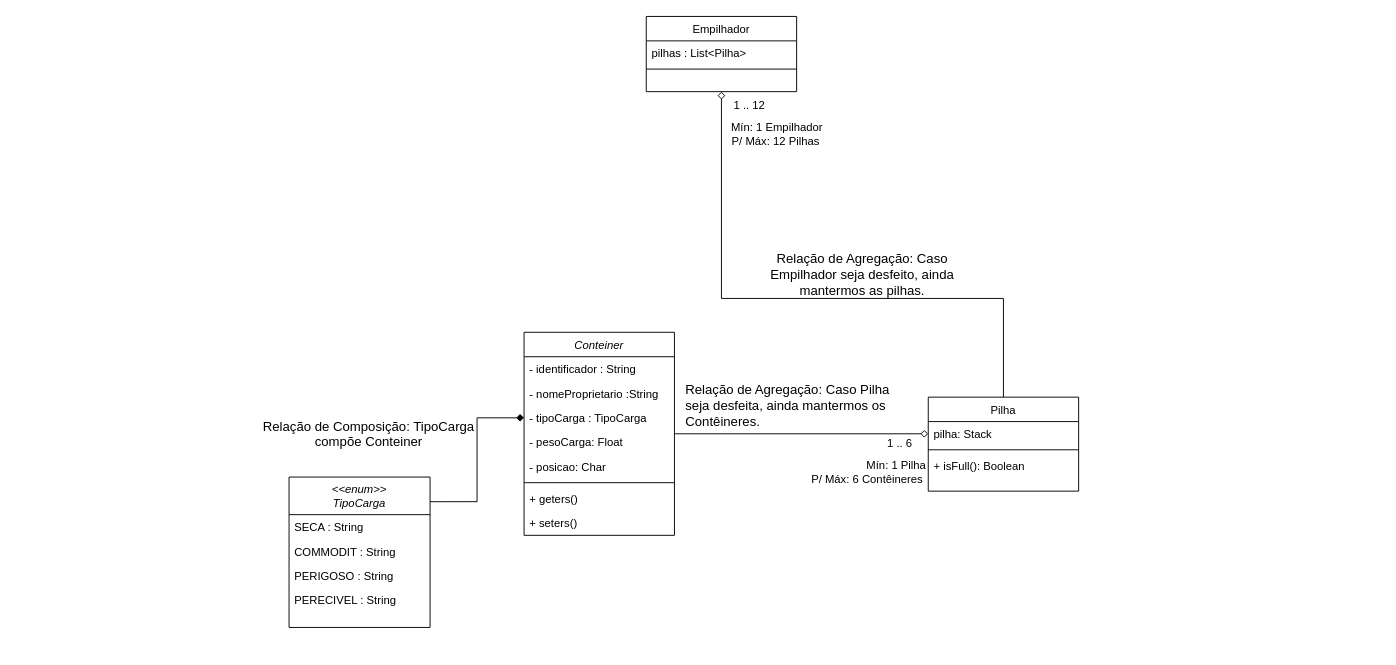
The draw.io diagram EmpilhamentoConteiners.drawio in sergiomnds/projeto_lp2, before the edit. Source tidied: cells renumbered, new cells numbered last; positions are measured from the earlier drawing's top-left corner, leaving out a move shared by most shapes. Both pictures are drawn from the tidied source at 94%, with x=0, y=0 at pixel (260, 16).
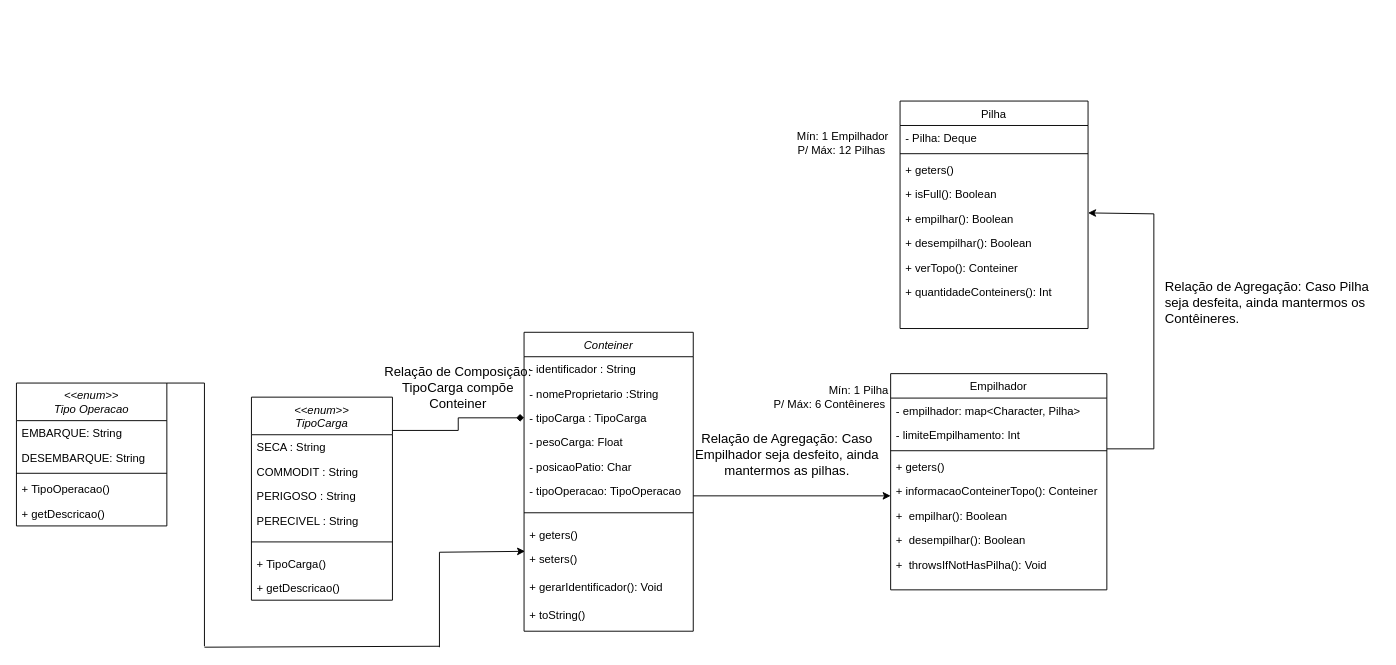
The same page after the edit.

Change to the diagram source:
```diff
@@
-    <mxCell id="2" style="edgeStyle=orthogonalEdgeStyle;rounded=0;jettySize=auto;html=1;entryX=0;entryY=0.5;entryDx=0;entryDy=0;endArrow=diamond;endFill=0;" parent="1" edge="1" source="3" target="23">
-      <mxGeometry relative="1" as="geometry" />
-    </mxCell>
     <mxCell id="3" value="Conteiner" style="swimlane;fontStyle=2;align=center;verticalAlign=top;horizontal=1;startSize=26;rounded=0;shadow=0;strokeWidth=1;" parent="1" vertex="1">
-      <mxGeometry x="280" y="336" width="160" height="216" as="geometry" />
+      <mxGeometry x="280" y="336" width="180" height="318" as="geometry" />
     </mxCell>
     <mxCell id="4" value="- identificador : String" style="text;align=left;verticalAlign=top;spacingLeft=4;spacingRight=4;overflow=hidden;" parent="3" vertex="1">
-      <mxGeometry y="26" width="160" height="26" as="geometry" />
+      <mxGeometry y="26" width="180" height="26" as="geometry" />
     </mxCell>
     <mxCell id="5" value="- nomeProprietario :String" style="text;align=left;verticalAlign=top;spacingLeft=4;spacingRight=4;overflow=hidden;rounded=0;shadow=0;html=0;" parent="3" vertex="1">
-      <mxGeometry y="52" width="160" height="26" as="geometry" />
+      <mxGeometry y="52" width="180" height="26" as="geometry" />
     </mxCell>
     <mxCell id="6" value="- tipoCarga : TipoCarga" style="text;align=left;verticalAlign=top;spacingLeft=4;spacingRight=4;overflow=hidden;points=[[0,0.5],[1,0.5]];portConstraint=eastwest;rounded=0;shadow=0;html=0;" parent="3" vertex="1">
-      <mxGeometry y="78" width="160" height="26" as="geometry" />
+      <mxGeometry y="78" width="180" height="26" as="geometry" />
     </mxCell>
     <mxCell id="7" value="- pesoCarga: Float" style="text;align=left;verticalAlign=top;spacingLeft=4;spacingRight=4;overflow=hidden;rounded=0;shadow=0;html=0;" parent="3" vertex="1">
-      <mxGeometry y="104" width="160" height="26" as="geometry" />
+      <mxGeometry y="104" width="180" height="26" as="geometry" />
     </mxCell>
-    <mxCell id="8" value="- posicao: Char" style="text;align=left;verticalAlign=top;spacingLeft=4;spacingRight=4;overflow=hidden;rounded=0;shadow=0;html=0;" parent="3" vertex="1">
-      <mxGeometry y="130" width="160" height="26" as="geometry" />
+    <mxCell id="8" value="- posicaoPatio: Char" style="text;align=left;verticalAlign=top;spacingLeft=4;spacingRight=4;overflow=hidden;rounded=0;shadow=0;html=0;" parent="3" vertex="1">
+      <mxGeometry y="130" width="180" height="26" as="geometry" />
     </mxCell>
+    <mxCell id="33" value="- tipoOperacao: TipoOperacao" style="text;align=left;verticalAlign=top;spacingLeft=4;spacingRight=4;overflow=hidden;rounded=0;shadow=0;html=0;" parent="3" vertex="1">
+      <mxGeometry y="156" width="180" height="26" as="geometry" />
+    </mxCell>
     <mxCell id="9" style="line;html=1;strokeWidth=1;align=left;verticalAlign=middle;spacingTop=-1;spacingLeft=3;spacingRight=3;labelPosition=right;" parent="3" vertex="1">
-      <mxGeometry y="156" width="160" height="8" as="geometry" />
+      <mxGeometry y="182" width="180" height="20" as="geometry" />
     </mxCell>
     <mxCell id="10" value="+ geters()" style="text;align=left;verticalAlign=top;spacingLeft=4;spacingRight=4;overflow=hidden;rounded=0;shadow=0;html=0;" parent="3" vertex="1">
-      <mxGeometry y="164" width="160" height="26" as="geometry" />
+      <mxGeometry y="202" width="180" height="26" as="geometry" />
     </mxCell>
     <mxCell id="11" value="+ seters()" style="text;align=left;verticalAlign=top;spacingLeft=4;spacingRight=4;overflow=hidden;points=[[0,0.5],[1,0.5]];portConstraint=eastwest;rounded=0;shadow=0;html=0;" parent="3" vertex="1">
-      <mxGeometry y="190" width="160" height="26" as="geometry" />
+      <mxGeometry y="228" width="180" height="30" as="geometry" />
     </mxCell>
+    <mxCell id="34" value="+ gerarIdentificador(): Void" style="text;align=left;verticalAlign=top;spacingLeft=4;spacingRight=4;overflow=hidden;rounded=0;shadow=0;html=0;" parent="3" vertex="1">
+      <mxGeometry y="258" width="180" height="30" as="geometry" />
+    </mxCell>
+    <mxCell id="35" value="+ toString()" style="text;align=left;verticalAlign=top;spacingLeft=4;spacingRight=4;overflow=hidden;rounded=0;shadow=0;html=0;" parent="3" vertex="1">
+      <mxGeometry y="288" width="180" height="30" as="geometry" />
+    </mxCell>
     <mxCell id="12" value="Empilhador" style="swimlane;fontStyle=0;align=center;verticalAlign=top;horizontal=1;startSize=26;rounded=0;shadow=0;strokeWidth=1;" parent="1" vertex="1">
-      <mxGeometry x="410" width="160" height="80" as="geometry" />
+      <mxGeometry x="670" y="380" width="230" height="230" as="geometry" />
     </mxCell>
-    <mxCell id="13" value="pilhas : List&lt;Pilha&gt;" style="text;align=left;verticalAlign=top;spacingLeft=4;spacingRight=4;overflow=hidden;" parent="12" vertex="1">
-      <mxGeometry y="26" width="160" height="26" as="geometry" />
+    <mxCell id="13" value="- empilhador: map&lt;Character, Pilha&gt;" style="text;align=left;verticalAlign=top;spacingLeft=4;spacingRight=4;overflow=hidden;" parent="12" vertex="1">
+      <mxGeometry y="26" width="230" height="26" as="geometry" />
     </mxCell>
+    <mxCell id="36" value="- limiteEmpilhamento: Int" style="text;align=left;verticalAlign=top;spacingLeft=4;spacingRight=4;overflow=hidden;" parent="12" vertex="1">
+      <mxGeometry y="52" width="230" height="26" as="geometry" />
+    </mxCell>
     <mxCell id="14" style="line;html=1;strokeWidth=1;align=left;verticalAlign=middle;spacingTop=-1;spacingLeft=3;spacingRight=3;labelPosition=right;" parent="12" vertex="1">
-      <mxGeometry y="52" width="160" height="8" as="geometry" />
+      <mxGeometry y="78" width="230" height="8" as="geometry" />
     </mxCell>
+    <mxCell id="37" value="+ geters()" style="text;align=left;verticalAlign=top;spacingLeft=4;spacingRight=4;overflow=hidden;" parent="12" vertex="1">
+      <mxGeometry y="86" width="230" height="26" as="geometry" />
+    </mxCell>
+    <mxCell id="38" value="+ informacaoConteinerTopo(): Conteiner" style="text;align=left;verticalAlign=top;spacingLeft=4;spacingRight=4;overflow=hidden;" parent="12" vertex="1">
+      <mxGeometry y="112" width="230" height="26" as="geometry" />
+    </mxCell>
+    <mxCell id="39" value="+  empilhar(): Boolean" style="text;align=left;verticalAlign=top;spacingLeft=4;spacingRight=4;overflow=hidden;" parent="12" vertex="1">
+      <mxGeometry y="138" width="230" height="26" as="geometry" />
+    </mxCell>
+    <mxCell id="40" value="+  desempilhar(): Boolean" style="text;align=left;verticalAlign=top;spacingLeft=4;spacingRight=4;overflow=hidden;" parent="12" vertex="1">
+      <mxGeometry y="164" width="230" height="26" as="geometry" />
+    </mxCell>
+    <mxCell id="41" value="+  throwsIfNotHasPilha(): Void" style="text;align=left;verticalAlign=top;spacingLeft=4;spacingRight=4;overflow=hidden;" parent="12" vertex="1">
+      <mxGeometry y="190" width="230" height="26" as="geometry" />
+    </mxCell>
@@
     <mxCell id="16" value="&lt;&lt;enum&gt;&gt;&#10;TipoCarga" style="swimlane;fontStyle=2;align=center;verticalAlign=top;horizontal=1;startSize=40;rounded=0;shadow=0;strokeWidth=1;" parent="1" vertex="1">
-      <mxGeometry x="30" y="490" width="150" height="160" as="geometry" />
+      <mxGeometry x="-10" y="405" width="150" height="216" as="geometry" />
     </mxCell>
@@
-    <mxCell id="21" style="edgeStyle=orthogonalEdgeStyle;rounded=0;jettySize=auto;html=1;entryX=0.5;entryY=1;entryDx=0;entryDy=0;endArrow=diamond;endFill=0;" parent="1" edge="1" source="22" target="12">
-      <mxGeometry relative="1" as="geometry">
-        <Array as="points">
-          <mxPoint x="790" y="300" />
-          <mxPoint x="490" y="300" />
-          <mxPoint x="490" y="80" />
-        </Array>
-      </mxGeometry>
-    </mxCell>
+    <mxCell id="42" style="line;html=1;strokeWidth=1;align=left;verticalAlign=middle;spacingTop=-1;spacingLeft=3;spacingRight=3;labelPosition=right;" parent="16" vertex="1">
+      <mxGeometry y="144" width="150" height="20" as="geometry" />
+    </mxCell>
+    <mxCell id="43" value="+ TipoCarga()" style="text;align=left;verticalAlign=top;spacingLeft=4;spacingRight=4;overflow=hidden;" parent="16" vertex="1">
+      <mxGeometry y="164" width="150" height="26" as="geometry" />
+    </mxCell>
+    <mxCell id="44" value="+ getDescricao()" style="text;align=left;verticalAlign=top;spacingLeft=4;spacingRight=4;overflow=hidden;" parent="16" vertex="1">
+      <mxGeometry y="190" width="150" height="26" as="geometry" />
+    </mxCell>
     <mxCell id="22" value="Pilha" style="swimlane;fontStyle=0;align=center;verticalAlign=top;horizontal=1;startSize=26;rounded=0;shadow=0;strokeWidth=1;" parent="1" vertex="1">
-      <mxGeometry x="710" y="405" width="160" height="100" as="geometry" />
+      <mxGeometry x="680" y="90" width="200" height="242" as="geometry" />
     </mxCell>
-    <mxCell id="23" value="pilha: Stack" style="text;align=left;verticalAlign=top;spacingLeft=4;spacingRight=4;overflow=hidden;points=[[0,0.5],[1,0.5]];portConstraint=eastwest;" parent="22" vertex="1">
-      <mxGeometry y="26" width="160" height="26" as="geometry" />
+    <mxCell id="23" value="- Pilha: Deque" style="text;align=left;verticalAlign=top;spacingLeft=4;spacingRight=4;overflow=hidden;points=[[0,0.5],[1,0.5]];portConstraint=eastwest;" parent="22" vertex="1">
+      <mxGeometry y="26" width="200" height="26" as="geometry" />
     </mxCell>
     <mxCell id="24" style="line;html=1;strokeWidth=1;align=left;verticalAlign=middle;spacingTop=-1;spacingLeft=3;spacingRight=3;labelPosition=right;" parent="22" vertex="1">
-      <mxGeometry y="52" width="160" height="8" as="geometry" />
+      <mxGeometry y="52" width="200" height="8" as="geometry" />
     </mxCell>
+    <mxCell id="45" value="+ geters()" style="text;align=left;verticalAlign=top;spacingLeft=4;spacingRight=4;overflow=hidden;" parent="22" vertex="1">
+      <mxGeometry y="60" width="200" height="26" as="geometry" />
+    </mxCell>
     <mxCell id="25" value="+ isFull(): Boolean&#10;" style="text;align=left;verticalAlign=top;spacingLeft=4;spacingRight=4;overflow=hidden;" parent="22" vertex="1">
-      <mxGeometry y="60" width="160" height="26" as="geometry" />
+      <mxGeometry y="86" width="200" height="26" as="geometry" />
     </mxCell>
+    <mxCell id="46" value="+ empilhar(): Boolean" style="text;align=left;verticalAlign=top;spacingLeft=4;spacingRight=4;overflow=hidden;points=[[0,0.5],[1,0.5]];portConstraint=eastwest;" parent="22" vertex="1">
+      <mxGeometry y="112" width="200" height="26" as="geometry" />
+    </mxCell>
+    <mxCell id="47" value="+ desempilhar(): Boolean" style="text;align=left;verticalAlign=top;spacingLeft=4;spacingRight=4;overflow=hidden;" parent="22" vertex="1">
+      <mxGeometry y="138" width="200" height="26" as="geometry" />
+    </mxCell>
+    <mxCell id="48" value="+ verTopo(): Conteiner" style="text;align=left;verticalAlign=top;spacingLeft=4;spacingRight=4;overflow=hidden;" parent="22" vertex="1">
+      <mxGeometry y="164" width="200" height="26" as="geometry" />
+    </mxCell>
+    <mxCell id="49" value="+ quantidadeConteiners(): Int" style="text;align=left;verticalAlign=top;spacingLeft=4;spacingRight=4;overflow=hidden;" parent="22" vertex="1">
+      <mxGeometry y="190" width="200" height="26" as="geometry" />
+    </mxCell>
     <mxCell id="26" value="Relação de Agregação: Caso Empilhador seja desfeito, ainda mantermos as pilhas." style="text;html=1;strokeColor=none;fillColor=none;align=center;verticalAlign=middle;whiteSpace=wrap;rounded=0;fontSize=14;" parent="1" vertex="1">
-      <mxGeometry x="540" y="260" width="200" height="30" as="geometry" />
+      <mxGeometry x="460" y="451" width="200" height="30" as="geometry" />
     </mxCell>
-    <mxCell id="27" value="1 .. 6" style="text;html=1;strokeColor=none;fillColor=none;align=center;verticalAlign=middle;whiteSpace=wrap;rounded=0;" parent="1" vertex="1">
-      <mxGeometry x="650" y="440" width="60" height="30" as="geometry" />
-    </mxCell>
     <mxCell id="28" value="Mín: 1 Pilha&lt;br&gt;P/ Máx: 6 Contêineres&amp;nbsp;" style="text;html=1;strokeColor=none;fillColor=none;align=right;verticalAlign=middle;whiteSpace=wrap;rounded=0;" parent="1" vertex="1">
-      <mxGeometry x="570" y="470" width="140" height="30" as="geometry" />
+      <mxGeometry x="530" y="390" width="140" height="30" as="geometry" />
     </mxCell>
-    <mxCell id="29" value="1 .. 12" style="text;html=1;strokeColor=none;fillColor=none;align=center;verticalAlign=middle;whiteSpace=wrap;rounded=0;" parent="1" vertex="1">
-      <mxGeometry x="490" y="80" width="60" height="30" as="geometry" />
-    </mxCell>
     <mxCell id="30" value="Mín: 1 Empilhador&lt;br&gt;P/ Máx: 12 Pilhas&amp;nbsp;" style="text;html=1;strokeColor=none;fillColor=none;align=right;verticalAlign=middle;whiteSpace=wrap;rounded=0;" parent="1" vertex="1">
-      <mxGeometry x="460" y="110" width="140" height="30" as="geometry" />
+      <mxGeometry x="530" y="120" width="140" height="30" as="geometry" />
     </mxCell>
     <mxCell id="31" value="Relação de Agregação: Caso Pilha seja desfeita, ainda mantermos os Contêineres." style="text;html=1;strokeColor=none;fillColor=none;align=left;verticalAlign=middle;whiteSpace=wrap;rounded=0;fontSize=14;" parent="1" vertex="1">
-      <mxGeometry x="450" y="399" width="230" height="30" as="geometry" />
+      <mxGeometry x="960" y="290" width="230" height="30" as="geometry" />
     </mxCell>
     <mxCell id="32" value="Relação de Composição: TipoCarga compõe Conteiner" style="text;html=1;strokeColor=none;fillColor=none;align=center;verticalAlign=middle;whiteSpace=wrap;rounded=0;fontSize=14;" parent="1" vertex="1">
-      <mxGeometry y="429" width="230" height="30" as="geometry" />
+      <mxGeometry x="120" y="385" width="180" height="20" as="geometry" />
     </mxCell>
+    <mxCell id="50" value="&lt;&lt;enum&gt;&gt;&#10;Tipo Operacao" style="swimlane;fontStyle=2;align=center;verticalAlign=top;horizontal=1;startSize=40;rounded=0;shadow=0;strokeWidth=1;" parent="1" vertex="1">
+      <mxGeometry x="-260" y="390" width="160" height="152" as="geometry" />
+    </mxCell>
+    <mxCell id="51" value="EMBARQUE: String" style="text;align=left;verticalAlign=top;spacingLeft=4;spacingRight=4;overflow=hidden;" parent="50" vertex="1">
+      <mxGeometry y="40" width="160" height="26" as="geometry" />
+    </mxCell>
+    <mxCell id="52" value="DESEMBARQUE: String" style="text;align=left;verticalAlign=top;spacingLeft=4;spacingRight=4;overflow=hidden;rounded=0;shadow=0;html=0;" parent="50" vertex="1">
+      <mxGeometry y="66" width="160" height="26" as="geometry" />
+    </mxCell>
+    <mxCell id="53" style="line;html=1;strokeWidth=1;align=left;verticalAlign=middle;spacingTop=-1;spacingLeft=3;spacingRight=3;labelPosition=right;" parent="50" vertex="1">
+      <mxGeometry y="92" width="160" height="8" as="geometry" />
+    </mxCell>
+    <mxCell id="54" value="+ TipoOperacao()" style="text;align=left;verticalAlign=top;spacingLeft=4;spacingRight=4;overflow=hidden;rounded=0;shadow=0;html=0;" parent="50" vertex="1">
+      <mxGeometry y="100" width="160" height="26" as="geometry" />
+    </mxCell>
+    <mxCell id="55" value="+ getDescricao()" style="text;align=left;verticalAlign=top;spacingLeft=4;spacingRight=4;overflow=hidden;rounded=0;shadow=0;html=0;" parent="50" vertex="1">
+      <mxGeometry y="126" width="160" height="26" as="geometry" />
+    </mxCell>
+    <mxCell id="56" style="endArrow=none;html=1;rounded=0;" parent="1" edge="1">
+      <mxGeometry relative="1" as="geometry">
+        <mxPoint x="-60" y="670" as="sourcePoint" />
+        <mxPoint x="-60" y="390" as="targetPoint" />
+      </mxGeometry>
+    </mxCell>
+    <mxCell id="57" style="endArrow=none;html=1;rounded=0;" parent="1" edge="1">
+      <mxGeometry relative="1" as="geometry">
+        <mxPoint x="-100" y="390" as="sourcePoint" />
+        <mxPoint x="-60" y="390" as="targetPoint" />
+      </mxGeometry>
+    </mxCell>
+    <mxCell id="58" style="endArrow=classic;html=1;rounded=0;" parent="1" edge="1">
+      <mxGeometry relative="1" as="geometry">
+        <mxPoint x="460" y="510" as="sourcePoint" />
+        <mxPoint x="670" y="510" as="targetPoint" />
+      </mxGeometry>
+    </mxCell>
+    <mxCell id="59" style="endArrow=none;html=1;rounded=0;" parent="1" edge="1">
+      <mxGeometry relative="1" as="geometry">
+        <mxPoint x="900" y="460" as="sourcePoint" />
+        <mxPoint x="950" y="460" as="targetPoint" />
+      </mxGeometry>
+    </mxCell>
+    <mxCell id="60" style="endArrow=none;html=1;rounded=0;" parent="1" edge="1">
+      <mxGeometry relative="1" as="geometry">
+        <mxPoint x="950" y="460" as="sourcePoint" />
+        <mxPoint x="950" y="210" as="targetPoint" />
+      </mxGeometry>
+    </mxCell>
+    <mxCell id="61" style="endArrow=classic;html=1;rounded=0;entryX=1;entryY=0.269;entryDx=0;entryDy=0;entryPerimeter=0;" parent="1" edge="1" target="46">
+      <mxGeometry relative="1" as="geometry">
+        <mxPoint x="950" y="210" as="sourcePoint" />
+      </mxGeometry>
+    </mxCell>
+    <mxCell id="62" style="endArrow=none;html=1;rounded=0;" parent="1" edge="1">
+      <mxGeometry relative="1" as="geometry">
+        <mxPoint x="-60" y="671" as="sourcePoint" />
+        <mxPoint x="190" y="670" as="targetPoint" />
+      </mxGeometry>
+    </mxCell>
+    <mxCell id="63" style="endArrow=none;html=1;rounded=0;" parent="1" edge="1">
+      <mxGeometry relative="1" as="geometry">
+        <mxPoint x="190" y="671" as="sourcePoint" />
+        <mxPoint x="190" y="570" as="targetPoint" />
+      </mxGeometry>
+    </mxCell>
+    <mxCell id="64" style="endArrow=classic;html=1;rounded=0;entryX=0.006;entryY=0.167;entryDx=0;entryDy=0;entryPerimeter=0;" parent="1" edge="1" target="11">
+      <mxGeometry relative="1" as="geometry">
+        <mxPoint x="190" y="570" as="sourcePoint" />
+      </mxGeometry>
+    </mxCell>
```
